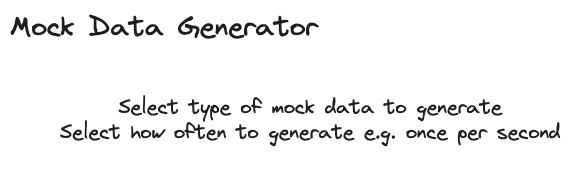
Above: rtMockDatafeed/Mock Data Generator.excalidraw.png in 11646729/golf-3 (Excalidraw), before the change. Source tidied: one line per element, renumbered; positions are measured from the earlier drawing's top-left corner, leaving out a move shared by most shapes. The source it was exported from:
```json
{"id": 0, "type": "text", "text": "Mock Data Generator", "strokeColor": "#1e1e1e", "backgroundColor": "#ffc9c9", "fillStyle": "solid", "strokeWidth": 2, "strokeStyle": "dashed", "roughness": 1, "fontSize": 28, "fontFamily": 1, "textAlign": "center", "x": 0, "y": 0, "width": 308, "height": 35}
{"id": 1, "type": "text", "text": "Select type of mock data to generate\nSelect how often to generate e.g. once per second\n", "strokeColor": "#1e1e1e", "strokeWidth": 2, "roughness": 1, "fontSize": 20, "fontFamily": 1, "textAlign": "center", "x": 50, "y": 85, "width": 500, "height": 75}
```
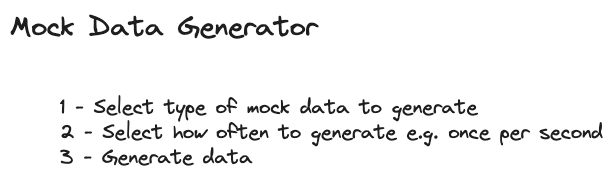
After the commit.

Commit message:
Started coding mockWeather generator

Diff of the diagram source:
```diff
@@ -1,2 +1,2 @@
 {"id": 0, "type": "text", "text": "Mock Data Generator", "strokeColor": "#1e1e1e", "backgroundColor": "#ffc9c9", "fillStyle": "solid", "strokeWidth": 2, "strokeStyle": "dashed", "roughness": 1, "fontSize": 28, "fontFamily": 1, "textAlign": "center", "x": 0, "y": 0, "width": 308, "height": 35}
-{"id": 1, "type": "text", "text": "Select type of mock data to generate\nSelect how often to generate e.g. once per second\n", "strokeColor": "#1e1e1e", "strokeWidth": 2, "roughness": 1, "fontSize": 20, "fontFamily": 1, "textAlign": "center", "x": 50, "y": 85, "width": 500, "height": 75}
+{"id": 1, "type": "text", "text": "1 - Select type of mock data to generate\n2 - Select how often to generate e.g. once per second\n3 - Generate data", "strokeColor": "#1e1e1e", "strokeWidth": 2, "roughness": 1, "fontSize": 20, "fontFamily": 1, "x": 50, "y": 85, "width": 543, "height": 75}
```
